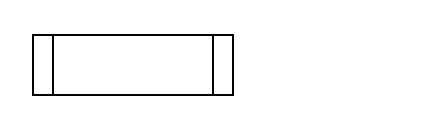
The draw.io diagram Arch/arch1.drawio in balakreshnan/Samples2023, before the edit. Source tidied: cells renumbered, new cells numbered last; positions are measured from the earlier drawing's top-left corner, leaving out a move shared by most shapes. Both pictures are drawn from the tidied source at 200%, with x=0, y=0 at pixel (32, 34).
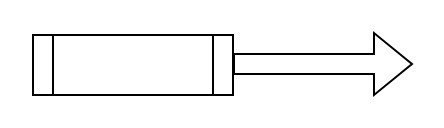
The same page after the edit.

The edit, as a diff of the source:
```diff
@@
 <mxGraphModel>
   <root>
     <mxCell id="0" />
     <mxCell id="1" parent="0" />
     <mxCell id="2" style="shape=process;whiteSpace=wrap;html=1;backgroundOutline=1;" parent="1" vertex="1">
       <mxGeometry width="100" height="30" as="geometry" />
     </mxCell>
+    <mxCell id="3" style="shape=flexArrow;endArrow=classic;html=1;rounded=0;" parent="1" edge="1">
+      <mxGeometry relative="1" as="geometry">
+        <mxPoint x="100" y="14.5" as="sourcePoint" />
+        <mxPoint x="190" y="14.5" as="targetPoint" />
+      </mxGeometry>
+    </mxCell>
   </root>
 </mxGraphModel>
```
